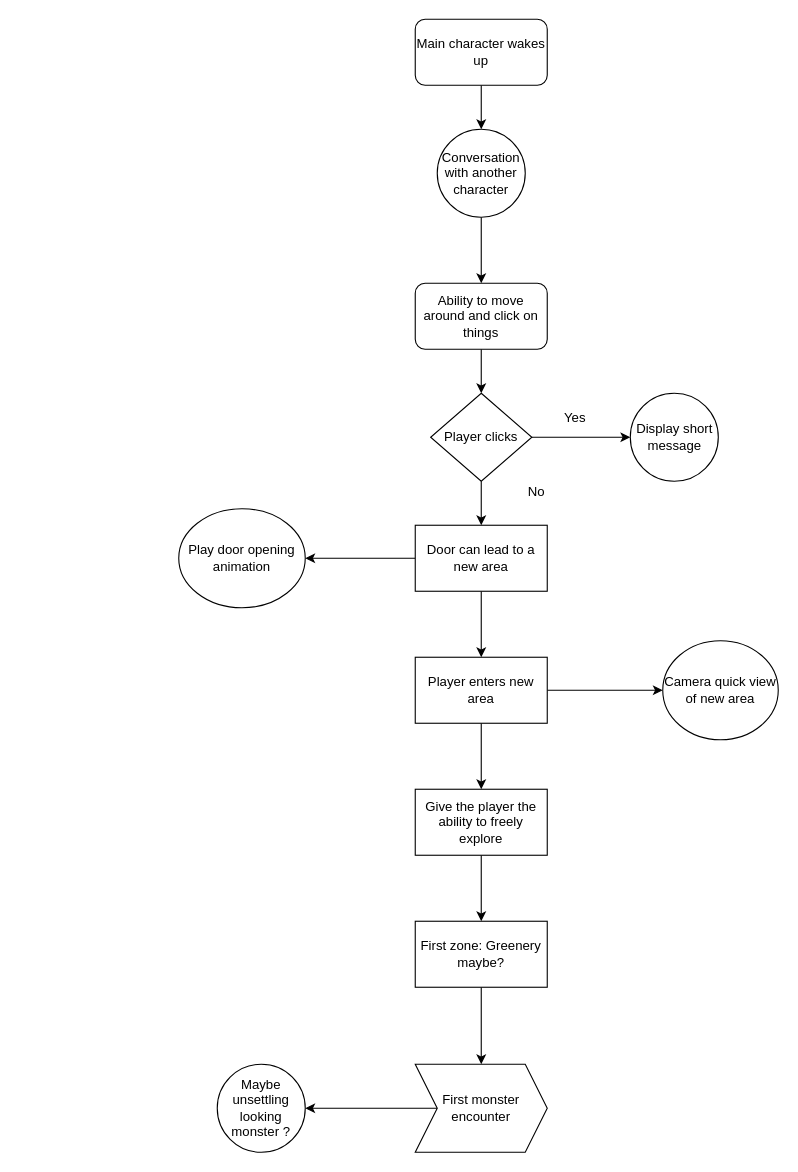
The draw.io diagram FirstVideoGameProject.drawio in Matasem-h/new_flowcharts, before the edit. Source tidied: cells renumbered, new cells numbered last; positions are measured from the earlier drawing's top-left corner, leaving out a move shared by most shapes. Both pictures are drawn from the tidied source at 110%, with x=0, y=0 at pixel (178, 19).
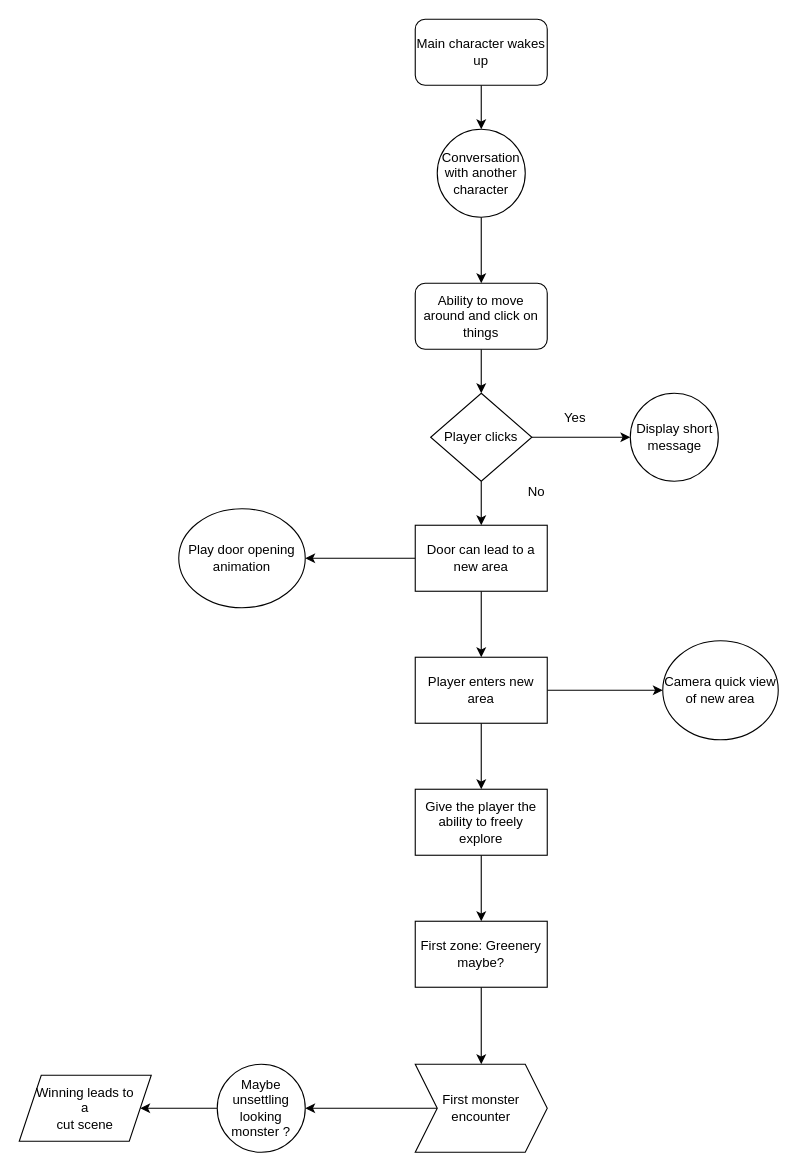
After the change.

The change refers to these unchanged cells:
```xml
<mxCell id="28" value="Maybe unsettling looking monster ?" style="ellipse;whiteSpace=wrap;html=1;" parent="1" vertex="1">
  <mxGeometry x="35" y="950" width="80" height="80" as="geometry" />
</mxCell>
```

What changed in the source:
```diff
@@
+    <mxCell id="29" style="edgeStyle=orthogonalEdgeStyle;rounded=0;jettySize=auto;html=1;" parent="1" edge="1" source="28" target="30">
+      <mxGeometry relative="1" as="geometry" />
+    </mxCell>
@@
+    <mxCell id="30" value="&lt;div&gt;Winning leads to&lt;/div&gt;&lt;div&gt;a&lt;/div&gt;&lt;div&gt;cut scene &lt;br&gt;&lt;/div&gt;" style="shape=parallelogram;perimeter=parallelogramPerimeter;whiteSpace=wrap;html=1;fixedSize=1;" parent="1" vertex="1">
+      <mxGeometry x="-145" y="960" width="120" height="60" as="geometry" />
+    </mxCell>
```
